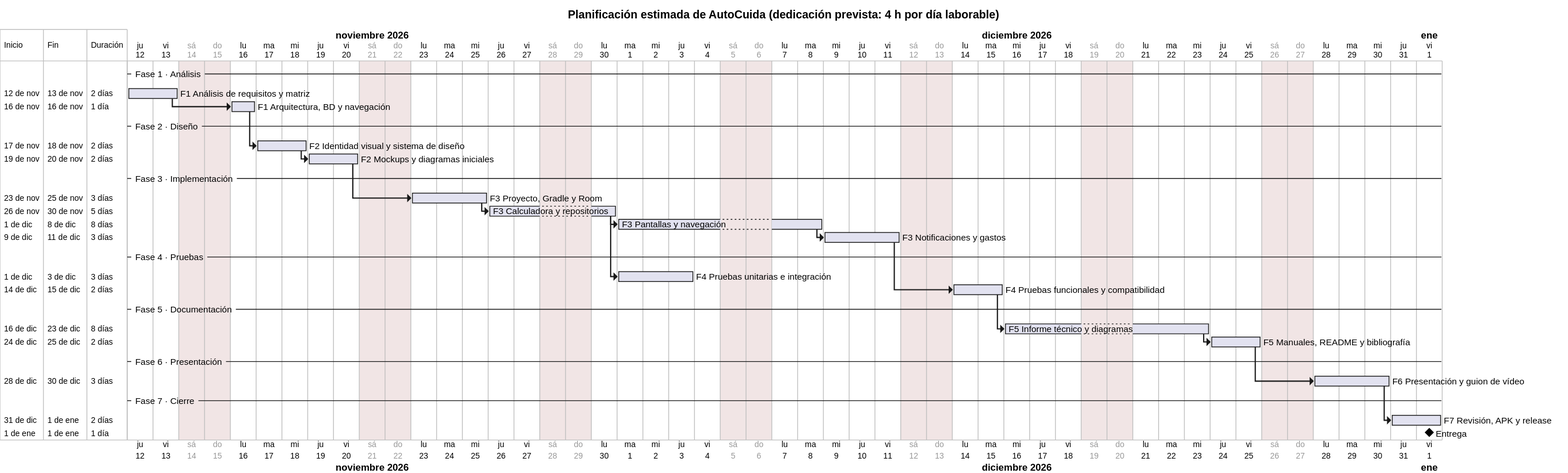
This is documentacion/diagramas/07_gantt.svg from LilShaolin/AutoCuida, a PlantUML export, as it was before one commit. The source it was exported from:
```plantuml
@startgantt 07_gantt
title Planificación estimada de AutoCuida (dedicación prevista: 4 h por día laborable)
skinparam defaultFontName Arial
language es
printscale daily zoom 2
saturday are closed
sunday are closed
Project starts 2026-11-12

-- Fase 1 · Análisis --
[F1 Análisis de requisitos y matriz] as [A1] lasts 2 days
[F1 Arquitectura, BD y navegación] as [A2] lasts 1 day
[A2] starts at [A1]'s end

-- Fase 2 · Diseño --
[F2 Identidad visual y sistema de diseño] as [D1] lasts 2 days
[D1] starts at [A2]'s end
[F2 Mockups y diagramas iniciales] as [D2] lasts 2 days
[D2] starts at [D1]'s end

-- Fase 3 · Implementación --
[F3 Proyecto, Gradle y Room] as [I1] lasts 3 days
[I1] starts at [D2]'s end
[F3 Calculadora y repositorios] as [I2] lasts 3 days
[I2] starts at [I1]'s end
[F3 Pantallas y navegación] as [I3] lasts 6 days
[I3] starts at [I2]'s end
[F3 Notificaciones y gastos] as [I4] lasts 3 days
[I4] starts at [I3]'s end

-- Fase 4 · Pruebas --
[F4 Pruebas unitarias e integración] as [P1] lasts 3 days
[P1] starts at [I2]'s end
[F4 Pruebas funcionales y compatibilidad] as [P2] lasts 2 days
[P2] starts at [I4]'s end

-- Fase 5 · Documentación --
[F5 Informe técnico y diagramas] as [C1] lasts 6 days
[C1] starts at [P2]'s end
[F5 Manuales, README y bibliografía] as [C2] lasts 2 days
[C2] starts at [C1]'s end

-- Fase 6 · Presentación --
[F6 Presentación y guion de vídeo] as [V1] lasts 3 days
[V1] starts at [C2]'s end

-- Fase 7 · Cierre --
[F7 Revisión, APK y release] as [Z1] lasts 2 days
[Z1] starts at [V1]'s end
[Entrega] happens at [Z1]'s end
@endgantt
```
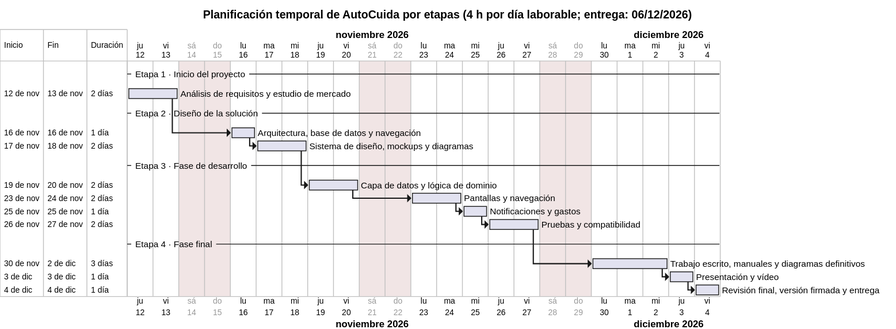
The same diagram one commit later.

Diff of the diagram source:
```diff
@@ -1,5 +1,5 @@
 @startgantt 07_gantt
-title Planificación estimada de AutoCuida (dedicación prevista: 4 h por día laborable)
+title Planificación temporal de AutoCuida por etapas (4 h por día laborable; entrega: 06/12/2026)
 skinparam defaultFontName Arial
 language es
 printscale daily zoom 2
@@ -7,45 +7,30 @@
 sunday are closed
 Project starts 2026-11-12
 
--- Fase 1 · Análisis --
-[F1 Análisis de requisitos y matriz] as [A1] lasts 2 days
-[F1 Arquitectura, BD y navegación] as [A2] lasts 1 day
-[A2] starts at [A1]'s end
+-- Etapa 1 · Inicio del proyecto --
+[Análisis de requisitos y estudio de mercado] as [A1] lasts 2 days
 
--- Fase 2 · Diseño --
-[F2 Identidad visual y sistema de diseño] as [D1] lasts 2 days
-[D1] starts at [A2]'s end
-[F2 Mockups y diagramas iniciales] as [D2] lasts 2 days
+-- Etapa 2 · Diseño de la solución --
+[Arquitectura, base de datos y navegación] as [D1] lasts 1 day
+[D1] starts at [A1]'s end
+[Sistema de diseño, mockups y diagramas] as [D2] lasts 2 days
 [D2] starts at [D1]'s end
 
--- Fase 3 · Implementación --
-[F3 Proyecto, Gradle y Room] as [I1] lasts 3 days
+-- Etapa 3 · Fase de desarrollo --
+[Capa de datos y lógica de dominio] as [I1] lasts 2 days
 [I1] starts at [D2]'s end
-[F3 Calculadora y repositorios] as [I2] lasts 3 days
+[Pantallas y navegación] as [I2] lasts 2 days
 [I2] starts at [I1]'s end
-[F3 Pantallas y navegación] as [I3] lasts 6 days
+[Notificaciones y gastos] as [I3] lasts 1 day
 [I3] starts at [I2]'s end
-[F3 Notificaciones y gastos] as [I4] lasts 3 days
+[Pruebas y compatibilidad] as [I4] lasts 2 days
 [I4] starts at [I3]'s end
 
--- Fase 4 · Pruebas --
-[F4 Pruebas unitarias e integración] as [P1] lasts 3 days
-[P1] starts at [I2]'s end
-[F4 Pruebas funcionales y compatibilidad] as [P2] lasts 2 days
-[P2] starts at [I4]'s end
-
--- Fase 5 · Documentación --
-[F5 Informe técnico y diagramas] as [C1] lasts 6 days
-[C1] starts at [P2]'s end
-[F5 Manuales, README y bibliografía] as [C2] lasts 2 days
-[C2] starts at [C1]'s end
-
--- Fase 6 · Presentación --
-[F6 Presentación y guion de vídeo] as [V1] lasts 3 days
-[V1] starts at [C2]'s end
-
--- Fase 7 · Cierre --
-[F7 Revisión, APK y release] as [Z1] lasts 2 days
-[Z1] starts at [V1]'s end
-[Entrega] happens at [Z1]'s end
+-- Etapa 4 · Fase final --
+[Trabajo escrito, manuales y diagramas definitivos] as [F1] lasts 3 days
+[F1] starts at [I4]'s end
+[Presentación y vídeo] as [F2] lasts 1 day
+[F2] starts at [F1]'s end
+[Revisión final, versión firmada y entrega] as [F3] lasts 1 day
+[F3] starts at [F2]'s end
 @endgantt
```
